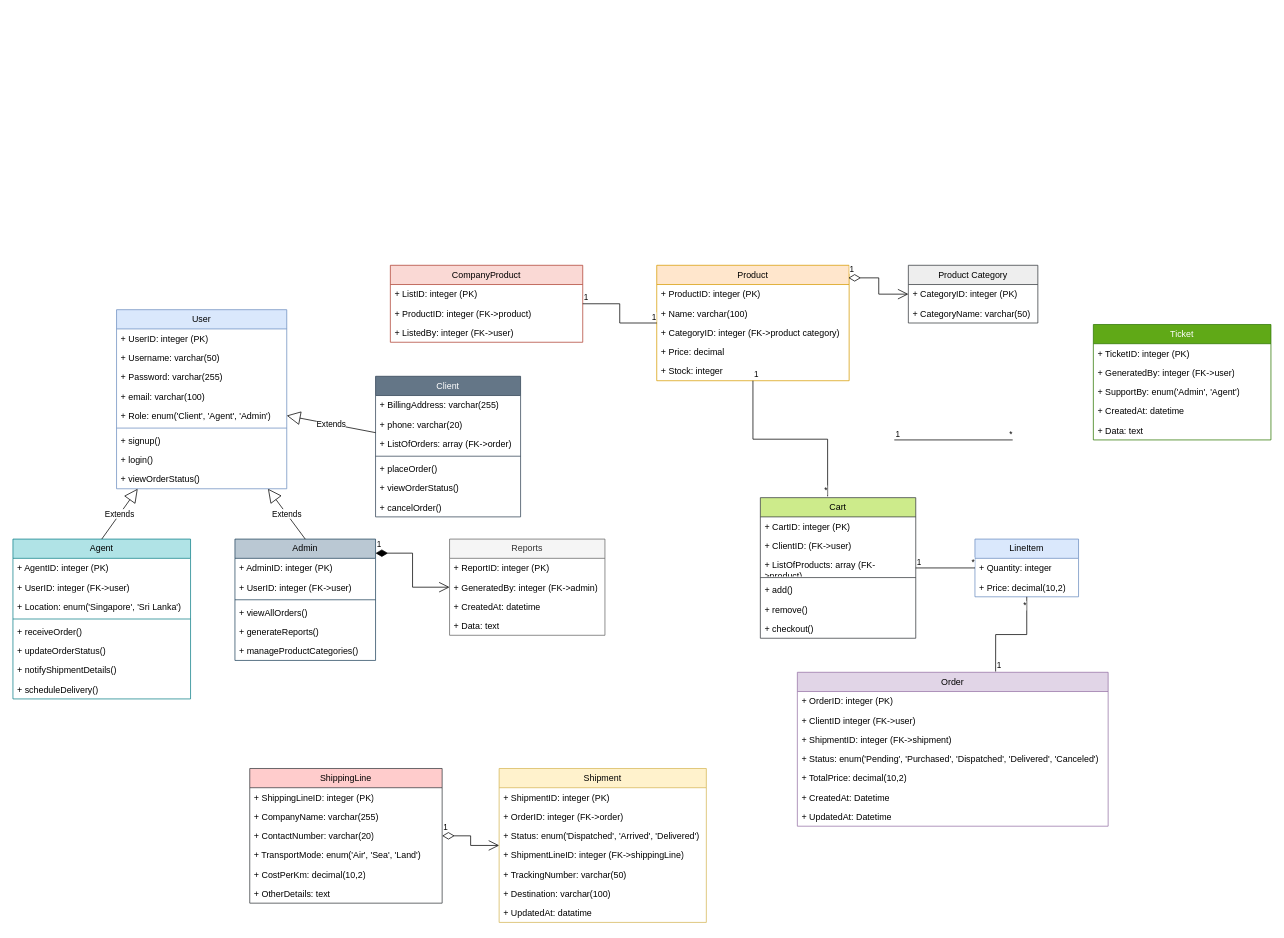
This is diagrams/UML-class-diagram.drawio from K-M-Shehan/software-design-docs, a draw.io file, before an edit. Source tidied: cells renumbered, new cells numbered last; positions are measured from the earlier drawing's top-left corner, leaving out a move shared by most shapes. Both pictures are drawn from the tidied source at 74%, with x=0, y=0 at pixel (13, 265).
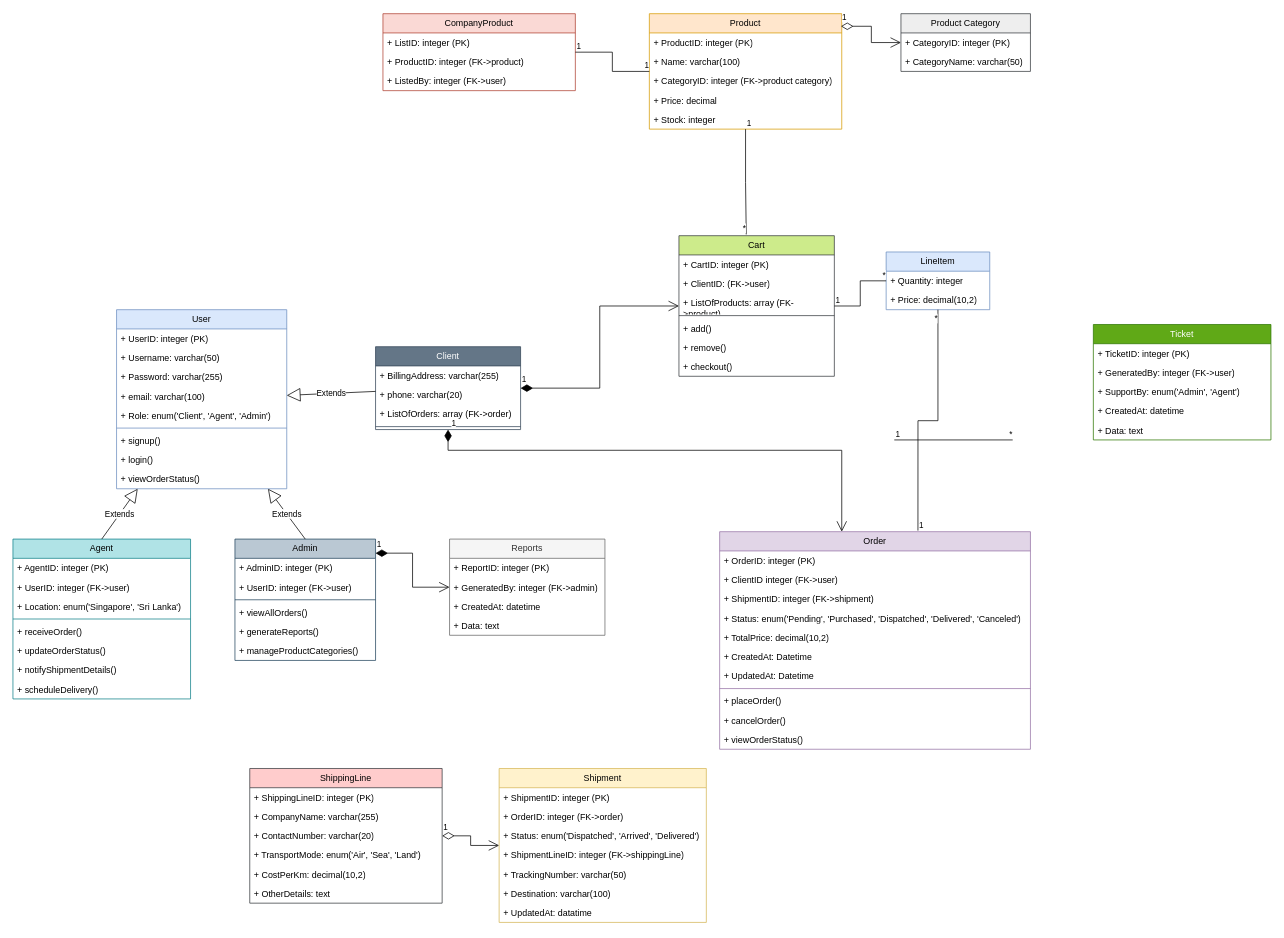
After the change.

Commit message:
created relationships between client, cart, order

What changed in the source:
```diff
@@
     <mxCell id="12" value="Order" style="swimlane;fontStyle=0;horizontal=1;startSize=26;fillColor=#e1d5e7;whiteSpace=wrap;html=1;strokeColor=#9673a6;" parent="1" vertex="1">
-      <mxGeometry x="1060" y="550" width="420" height="208" as="geometry" />
+      <mxGeometry x="955" y="360" width="420" height="294" as="geometry" />
     </mxCell>
@@
+    <mxCell id="115" style="line;strokeWidth=1;fillColor=none;align=left;verticalAlign=middle;spacingTop=-1;spacingLeft=3;spacingRight=3;labelPosition=right;strokeColor=inherit;" parent="12" vertex="1">
+      <mxGeometry y="208" width="420" height="8" as="geometry" />
+    </mxCell>
+    <mxCell id="111" value="+ placeOrder()" style="text;strokeColor=none;fillColor=none;align=left;verticalAlign=top;spacingLeft=4;spacingRight=4;overflow=hidden;whiteSpace=wrap;html=1;" parent="12" vertex="1">
+      <mxGeometry y="216" width="420" height="26" as="geometry" />
+    </mxCell>
+    <mxCell id="113" value="+ cancelOrder()" style="text;strokeColor=none;fillColor=none;align=left;verticalAlign=top;spacingLeft=4;spacingRight=4;overflow=hidden;whiteSpace=wrap;html=1;" parent="12" vertex="1">
+      <mxGeometry y="242" width="420" height="26" as="geometry" />
+    </mxCell>
+    <mxCell id="112" value="+ viewOrderStatus()" style="text;strokeColor=none;fillColor=none;align=left;verticalAlign=top;spacingLeft=4;spacingRight=4;overflow=hidden;whiteSpace=wrap;html=1;" parent="12" vertex="1">
+      <mxGeometry y="268" width="420" height="26" as="geometry" />
+    </mxCell>
     <mxCell id="20" value="Product" style="swimlane;fontStyle=0;horizontal=1;startSize=26;fillColor=#ffe6cc;whiteSpace=wrap;html=1;strokeColor=#d79b00;" parent="1" vertex="1">
-      <mxGeometry x="870" width="260" height="156" as="geometry" />
+      <mxGeometry x="860" y="-340" width="260" height="156" as="geometry" />
     </mxCell>
@@
     <mxCell id="26" value="Product Category" style="swimlane;fontStyle=0;horizontal=1;startSize=26;fillColor=#eeeeee;whiteSpace=wrap;html=1;strokeColor=#36393d;" parent="1" vertex="1">
-      <mxGeometry x="1210" width="175" height="78" as="geometry" />
+      <mxGeometry x="1200" y="-340" width="175" height="78" as="geometry" />
     </mxCell>
@@
     <mxCell id="58" value="CompanyProduct" style="swimlane;fontStyle=0;horizontal=1;startSize=26;fillColor=#fad9d5;whiteSpace=wrap;html=1;strokeColor=#ae4132;" parent="1" vertex="1">
-      <mxGeometry x="510" width="260" height="104" as="geometry" />
+      <mxGeometry x="500" y="-340" width="260" height="104" as="geometry" />
     </mxCell>
@@
     <mxCell id="62" value="Cart" style="swimlane;fontStyle=0;horizontal=1;startSize=26;fillColor=#cdeb8b;whiteSpace=wrap;html=1;strokeColor=#36393d;" parent="1" vertex="1">
-      <mxGeometry x="1010" y="314" width="210" height="190" as="geometry" />
+      <mxGeometry x="900" y="-40" width="210" height="190" as="geometry" />
     </mxCell>
@@
     <mxCell id="88" value="LineItem" style="swimlane;fontStyle=0;horizontal=1;startSize=26;fillColor=#dae8fc;whiteSpace=wrap;html=1;strokeColor=#6c8ebf;" parent="1" vertex="1">
-      <mxGeometry x="1300" y="370" width="140" height="78" as="geometry" />
+      <mxGeometry x="1180" y="-18" width="140" height="78" as="geometry" />
     </mxCell>
@@
     <mxCell id="106" value="Client" style="swimlane;fontStyle=0;horizontal=1;startSize=26;fillColor=#647687;whiteSpace=wrap;html=1;strokeColor=#314354;fontColor=#ffffff;" parent="1" vertex="1">
-      <mxGeometry x="490" y="150" width="196" height="190" as="geometry" />
+      <mxGeometry x="490" y="110" width="196" height="112" as="geometry" />
     </mxCell>
@@
-    <mxCell id="111" value="+ placeOrder()" style="text;strokeColor=none;fillColor=none;align=left;verticalAlign=top;spacingLeft=4;spacingRight=4;overflow=hidden;whiteSpace=wrap;html=1;" parent="106" vertex="1">
-      <mxGeometry y="112" width="196" height="26" as="geometry" />
-    </mxCell>
-    <mxCell id="112" value="+ viewOrderStatus()" style="text;strokeColor=none;fillColor=none;align=left;verticalAlign=top;spacingLeft=4;spacingRight=4;overflow=hidden;whiteSpace=wrap;html=1;" parent="106" vertex="1">
-      <mxGeometry y="138" width="196" height="26" as="geometry" />
-    </mxCell>
-    <mxCell id="113" value="+ cancelOrder()" style="text;strokeColor=none;fillColor=none;align=left;verticalAlign=top;spacingLeft=4;spacingRight=4;overflow=hidden;whiteSpace=wrap;html=1;" parent="106" vertex="1">
-      <mxGeometry y="164" width="196" height="26" as="geometry" />
-    </mxCell>
@@
+    <mxCell id="116" value="1" style="endArrow=open;html=1;endSize=12;startArrow=diamondThin;startSize=14;startFill=1;edgeStyle=orthogonalEdgeStyle;align=left;verticalAlign=bottom;rounded=0;" parent="1" edge="1" source="106" target="62">
+      <mxGeometry x="-1" y="3" relative="1" as="geometry" />
+    </mxCell>
+    <mxCell id="117" value="1" style="endArrow=open;html=1;endSize=12;startArrow=diamondThin;startSize=14;startFill=1;edgeStyle=orthogonalEdgeStyle;align=left;verticalAlign=bottom;rounded=0;" parent="1" edge="1" source="106" target="12">
+      <mxGeometry x="-1" y="3" relative="1" as="geometry">
+        <Array as="points">
+          <mxPoint x="588" y="250" />
+          <mxPoint x="1120" y="250" />
+        </Array>
+      </mxGeometry>
+    </mxCell>
```
